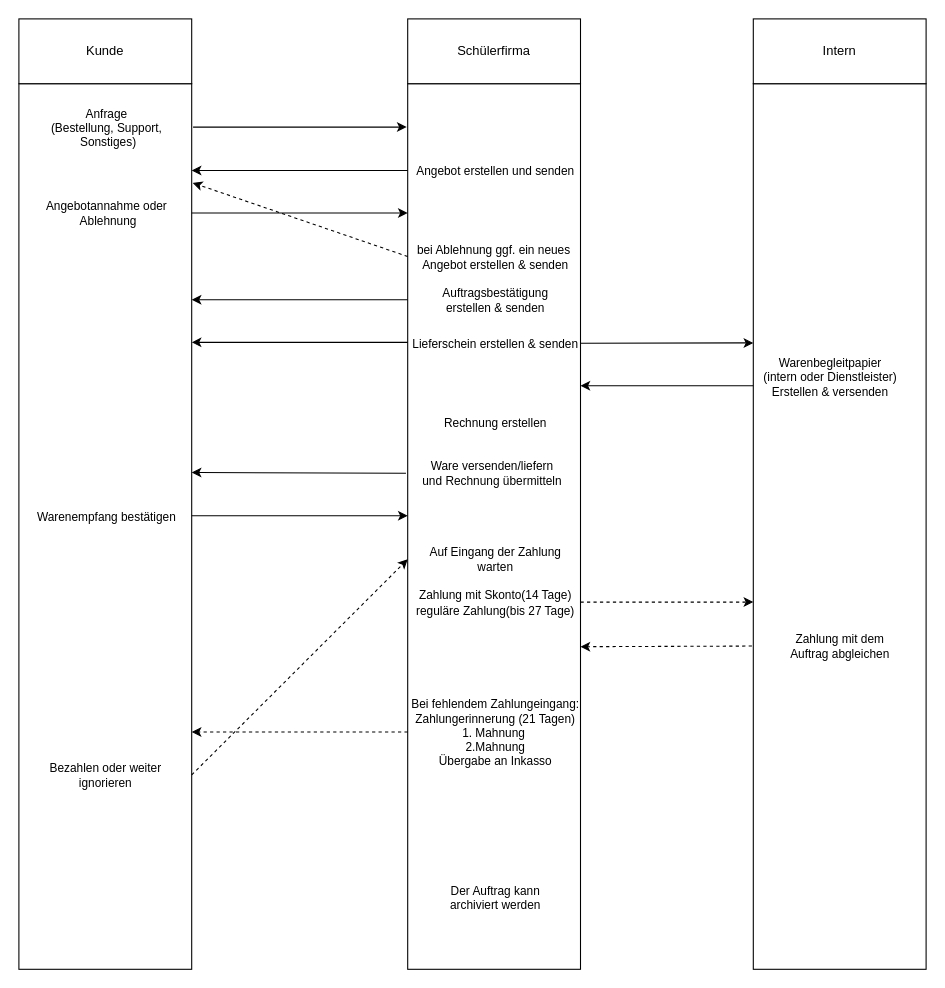
lukask97/BTZ-Lingen-SchulungsERP keeps this draw.io diagram as docs/Kundenkorrespondenz.drawio. Above is the earlier version. Source tidied: cells renumbered, new cells numbered last; positions are measured from the earlier drawing's top-left corner, leaving out a move shared by most shapes. Both pictures are drawn from the tidied source at 108%, with x=0, y=0 at pixel (18, 18).
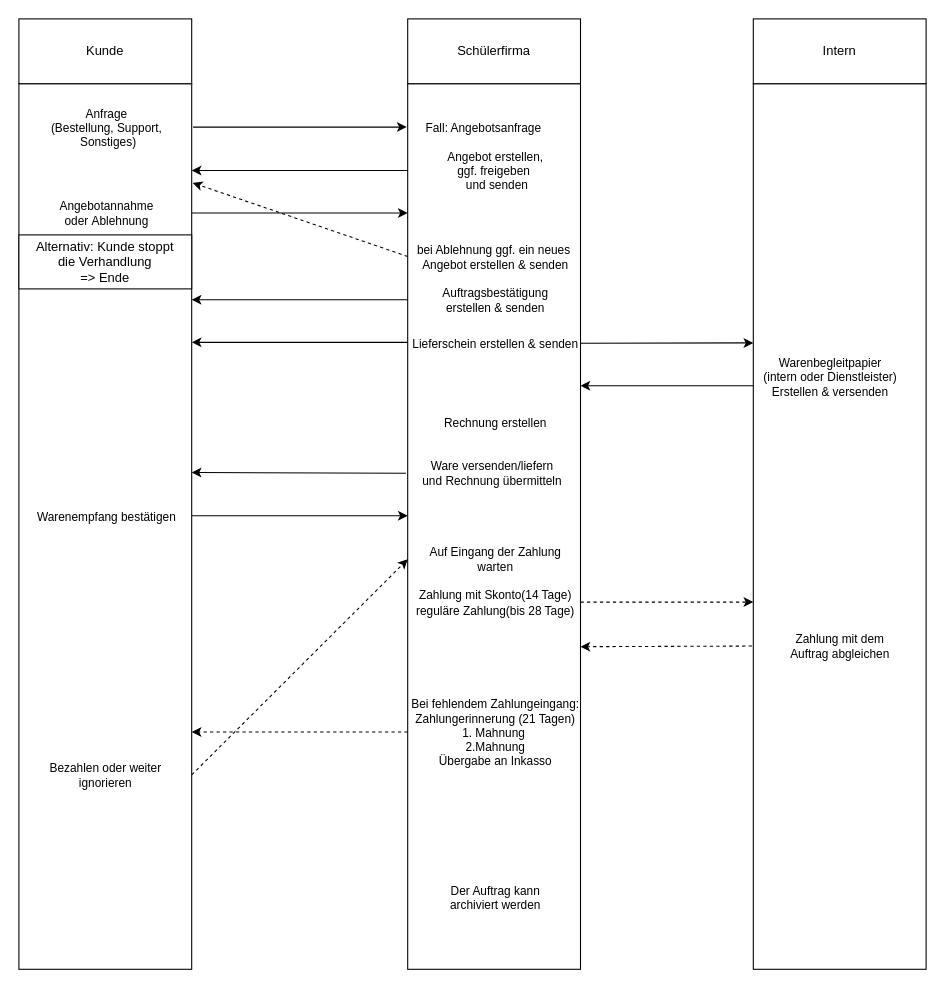
The same page after the edit.

Commit message (it also covers changes not shown here):
Übersichte der KundenKorrespondenz überarbeitet

Unchanged cells that the change refers to:
```xml
<mxCell id="4" style="endArrow=classic;html=1;rounded=0;entryX=-0.006;entryY=0.049;entryDx=0;entryDy=0;entryPerimeter=0;exitX=1.008;exitY=0.049;exitDx=0;exitDy=0;exitPerimeter=0;" parent="1" edge="1" source="2" target="3">
  <mxGeometry relative="1" as="geometry" />
</mxCell>
<mxCell id="6" style="endArrow=classic;html=1;rounded=0;exitX=0;exitY=0.098;exitDx=0;exitDy=0;exitPerimeter=0;entryX=1;entryY=0.098;entryDx=0;entryDy=0;entryPerimeter=0;" parent="1" edge="1" source="3" target="2">
  <mxGeometry relative="1" as="geometry" />
</mxCell>
<mxCell id="8" style="endArrow=classic;html=1;rounded=0;exitX=1;exitY=0.146;exitDx=0;exitDy=0;exitPerimeter=0;entryX=0;entryY=0.146;entryDx=0;entryDy=0;entryPerimeter=0;" parent="1" edge="1" source="2" target="3">
  <mxGeometry relative="1" as="geometry" />
</mxCell>
```

The edit, as a diff of the source:
```diff
@@
+    <mxCell id="38" value="Fall: Angebotsanfrage" style="edgeLabel;html=1;align=center;verticalAlign=middle;" parent="4" vertex="1">
+      <mxGeometry x="0.64" relative="1" as="geometry">
+        <mxPoint x="106" as="offset" />
+      </mxGeometry>
+    </mxCell>
@@
-    <mxCell id="7" value="Angebot erstellen und senden" style="edgeLabel;html=1;align=center;verticalAlign=middle;" parent="6" vertex="1">
+    <mxCell id="7" value="Angebot erstellen, &lt;br&gt;ggf.&amp;nbsp;freigeben&amp;nbsp;&lt;br&gt;&amp;nbsp;und senden" style="edgeLabel;html=1;align=center;verticalAlign=middle;" parent="6" vertex="1">
       <mxGeometry x="0.14" relative="1" as="geometry">
         <mxPoint x="194" as="offset" />
       </mxGeometry>
     </mxCell>
@@
-    <mxCell id="9" value="Angebotannahme oder&lt;br&gt;&amp;nbsp;Ablehnung" style="edgeLabel;html=1;align=center;verticalAlign=middle;" parent="8" vertex="1">
+    <mxCell id="9" value="Angebotannahme &lt;br&gt;oder&amp;nbsp;Ablehnung" style="edgeLabel;html=1;align=center;verticalAlign=middle;" parent="8" vertex="1">
       <mxGeometry x="0.04" relative="1" as="geometry">
         <mxPoint x="-184" as="offset" />
       </mxGeometry>
     </mxCell>
@@
-    <mxCell id="29" value="Zahlung mit Skonto(14 Tage)&lt;br&gt;reguläre Zahlung(bis 27 Tage)" style="edgeLabel;html=1;align=center;verticalAlign=middle;" parent="1" vertex="1">
+    <mxCell id="29" value="Zahlung mit Skonto(14 Tage)&lt;br&gt;reguläre Zahlung(bis 28 Tage)" style="edgeLabel;html=1;align=center;verticalAlign=middle;" parent="1" vertex="1">
       <mxGeometry x="440" y="540" as="geometry" />
     </mxCell>
@@
+    <mxCell id="39" value="&lt;font style=&quot;&quot;&gt;&lt;font&gt;Alternativ: Kunde stoppt &lt;br&gt;die Verhandlung&lt;br&gt;&lt;/font&gt;&lt;span style=&quot;&quot;&gt;=&amp;gt; Ende&lt;/span&gt;&lt;/font&gt;" style="rounded=0;whiteSpace=wrap;html=1;fontColor=light-dark(#000000, #ff0000);labelBorderColor=none;textShadow=0;labelBackgroundColor=none;" parent="1" vertex="1">
+      <mxGeometry y="200" width="160" height="50" as="geometry" />
+    </mxCell>
```
